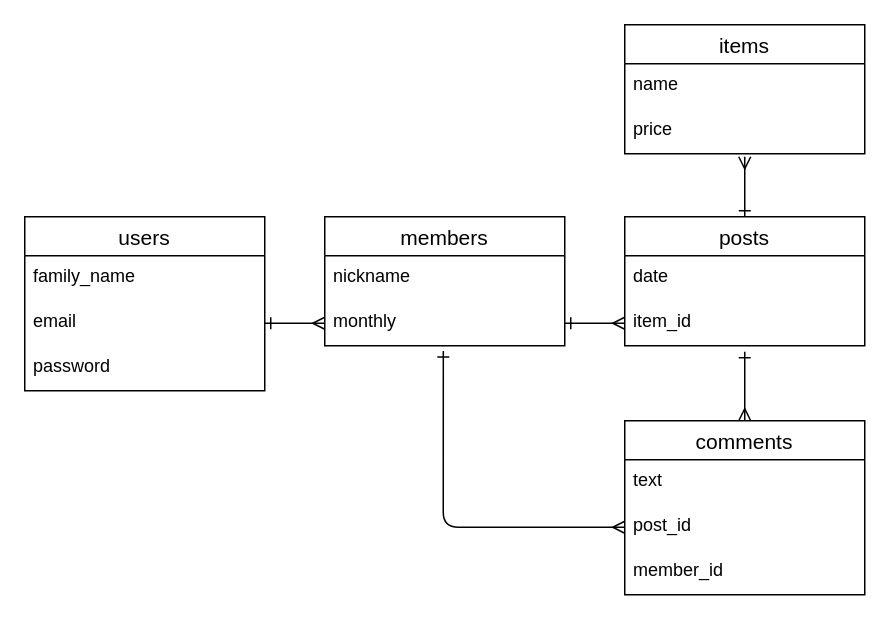
Above: er.dio in mijinko-j/pockeee_app (draw.io), before the change. Source tidied: cells renumbered, new cells numbered last; positions are measured from the earlier drawing's top-left corner, leaving out a move shared by most shapes. Both pictures are drawn from the tidied source at 150%, with x=0, y=0 at pixel (24, 24).
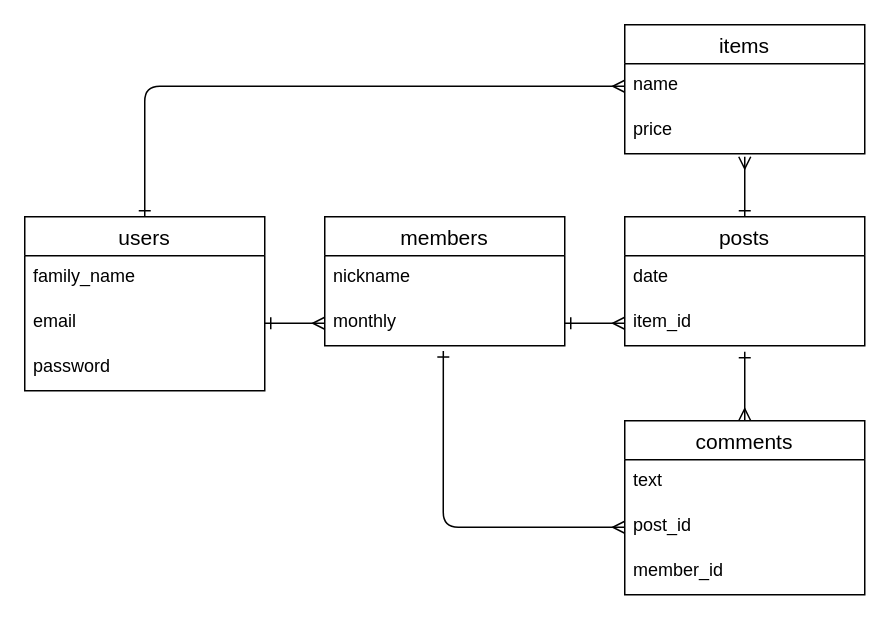
After the change.

Commit message (it also covers changes not shown here):
設計（ER図・遷移図・README）

Unchanged cells that the change refers to:
```xml
<mxCell id="2" value="users" style="swimlane;fontStyle=0;horizontal=1;startSize=26;align=center;fontSize=14;" parent="1" vertex="1">
  <mxGeometry y="128" width="160" height="116" as="geometry" />
</mxCell>
<mxCell id="10" value="name" style="text;strokeColor=none;fillColor=none;spacingLeft=4;spacingRight=4;overflow=hidden;points=[[0,0.5],[1,0.5]];portConstraint=eastwest;fontSize=12;" parent="9" vertex="1">
  <mxGeometry y="26" width="160" height="30" as="geometry" />
</mxCell>
```

What changed in the source:
```diff
@@
+    <mxCell id="24" style="edgeStyle=orthogonalEdgeStyle;html=1;entryX=0;entryY=0.5;entryDx=0;entryDy=0;endArrow=ERmany;endFill=0;startArrow=ERone;startFill=0;" parent="1" edge="1" source="2" target="10">
+      <mxGeometry relative="1" as="geometry" />
+    </mxCell>
```
